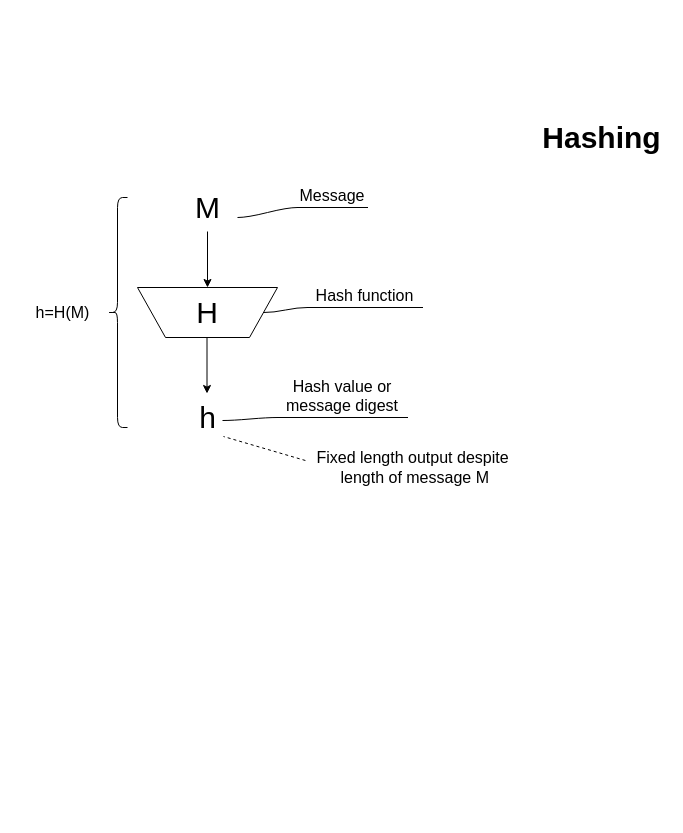
Earlier version of the draw.io diagram Hashing.drawio (ProTapia/IST-215-Notes). Source tidied: cells renumbered, new cells numbered last; positions are measured from the earlier drawing's top-left corner, leaving out a move shared by most shapes. Both pictures are drawn from the tidied source at 100%, with x=0, y=0 at pixel (27, 117).
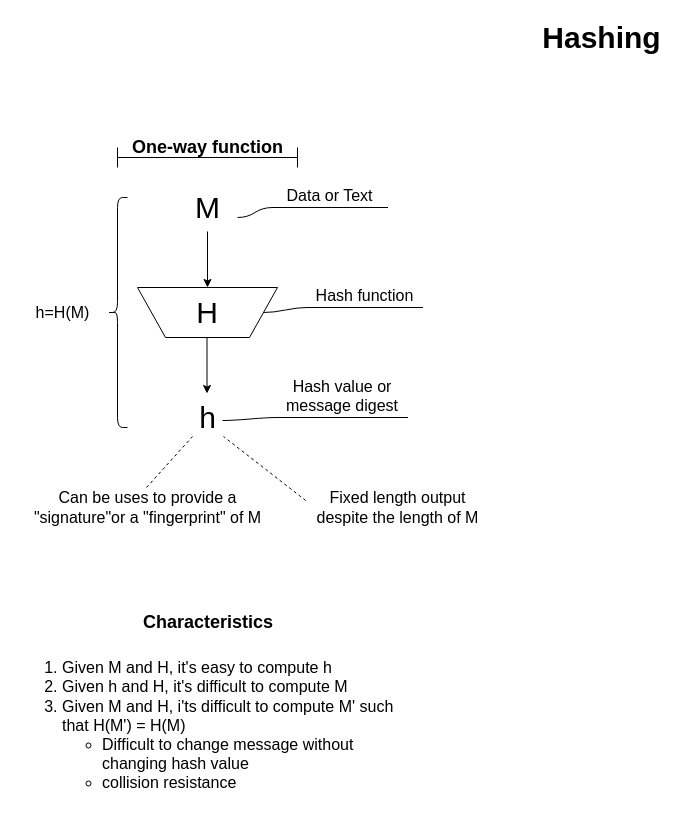
Above is the later version.

Unchanged cells that the change refers to:
```xml
<mxCell id="7" value="h" style="text;html=1;align=center;verticalAlign=middle;points=[];fontSize=30;" parent="1" vertex="1">
  <mxGeometry x="165" y="280" width="30" height="40" as="geometry" />
</mxCell>
```

Change to the diagram source:
```diff
@@
     <mxCell id="2" value="Hashing" style="text;html=1;align=center;verticalAlign=middle;fontSize=30;fontStyle=1;" parent="1" vertex="1">
-      <mxGeometry x="509" width="130" height="40" as="geometry" />
+      <mxGeometry x="509" y="-100" width="130" height="40" as="geometry" />
     </mxCell>
@@
-    <mxCell id="9" value="Fixed length output despite&lt;br&gt;&amp;nbsp;length of message M" style="text;html=1;align=center;verticalAlign=middle;points=[];fontSize=16;" parent="1" vertex="1">
-      <mxGeometry x="280" y="330" width="210" height="40" as="geometry" />
+    <mxCell id="9" value="Fixed length output &lt;br&gt;despite the length of M" style="text;html=1;align=center;verticalAlign=middle;points=[];fontSize=16;" parent="1" vertex="1">
+      <mxGeometry x="280" y="370" width="180" height="40" as="geometry" />
     </mxCell>
@@
-    <mxCell id="16" value="Message" style="whiteSpace=wrap;html=1;shape=partialRectangle;top=0;left=0;bottom=1;right=0;points=[[0,1],[1,1]];strokeColor=#000000;fillColor=none;align=center;verticalAlign=bottom;routingCenterY=0.5;snapToPoint=1;fontSize=16;" parent="1" vertex="1">
-      <mxGeometry x="270" y="70" width="70" height="20" as="geometry" />
+    <mxCell id="16" value="Data or Text" style="whiteSpace=wrap;html=1;shape=partialRectangle;top=0;left=0;bottom=1;right=0;points=[[0,1],[1,1]];strokeColor=#000000;fillColor=none;align=center;verticalAlign=bottom;routingCenterY=0.5;snapToPoint=1;fontSize=16;" parent="1" vertex="1">
+      <mxGeometry x="245" y="70" width="115" height="20" as="geometry" />
     </mxCell>
@@
+    <mxCell id="18" value="&lt;h1 style=&quot;text-align: center&quot;&gt;&lt;font style=&quot;font-size: 18px&quot;&gt;Characteristics&lt;/font&gt;&lt;/h1&gt;&lt;p&gt;&lt;/p&gt;&lt;ol&gt;&lt;li&gt;Given M and H, it's easy to compute h&lt;/li&gt;&lt;li&gt;Given h and H, it's difficult to compute M&lt;/li&gt;&lt;li&gt;Given M and H, i'ts difficult to compute M' such that H(M') = H(M)&lt;/li&gt;&lt;ul&gt;&lt;li&gt;Difficult to change message without changing hash value&lt;/li&gt;&lt;li&gt;collision resistance&lt;/li&gt;&lt;/ul&gt;&lt;/ol&gt;&lt;div&gt;&lt;div&gt;&lt;br&gt;&lt;/div&gt;&lt;/div&gt;&lt;div&gt;&lt;br&gt;&lt;/div&gt;&lt;p&gt;&lt;/p&gt;" style="text;html=1;strokeColor=none;fillColor=none;spacing=5;spacingTop=-20;whiteSpace=wrap;overflow=hidden;rounded=0;fontSize=16;" parent="1" vertex="1">
+      <mxGeometry x="-10" y="470" width="380" height="220" as="geometry" />
+    </mxCell>
+    <mxCell id="19" style="shape=crossbar;whiteSpace=wrap;html=1;rounded=1;fontSize=16;" parent="1" vertex="1">
+      <mxGeometry x="90" y="30" width="180" height="20" as="geometry" />
+    </mxCell>
+    <mxCell id="20" value="One-way function" style="text;html=1;align=center;verticalAlign=middle;fontSize=18;fontStyle=1;" parent="1" vertex="1">
+      <mxGeometry x="95" y="15" width="170" height="30" as="geometry" />
+    </mxCell>
+    <mxCell id="21" style="edgeStyle=orthogonalEdgeStyle;rounded=0;orthogonalLoop=1;jettySize=auto;html=1;exitX=0.5;exitY=1;exitDx=0;exitDy=0;fontSize=18;" parent="1" edge="1" source="18" target="18">
+      <mxGeometry relative="1" as="geometry" />
+    </mxCell>
+    <mxCell id="22" value="Can be uses to provide a &lt;br&gt;&quot;signature&quot;or a &quot;fingerprint&quot; of M" style="text;html=1;align=center;verticalAlign=middle;points=[];fontSize=16;" parent="1" vertex="1">
+      <mxGeometry y="370" width="240" height="40" as="geometry" />
+    </mxCell>
+    <mxCell id="23" style="endArrow=none;dashed=1;html=1;fontSize=16;exitX=0.496;exitY=0;exitDx=0;exitDy=0;exitPerimeter=0;entryX=0;entryY=0.975;entryDx=0;entryDy=0;entryPerimeter=0;" parent="1" edge="1" source="22" target="7">
+      <mxGeometry relative="1" as="geometry" />
+    </mxCell>
```
